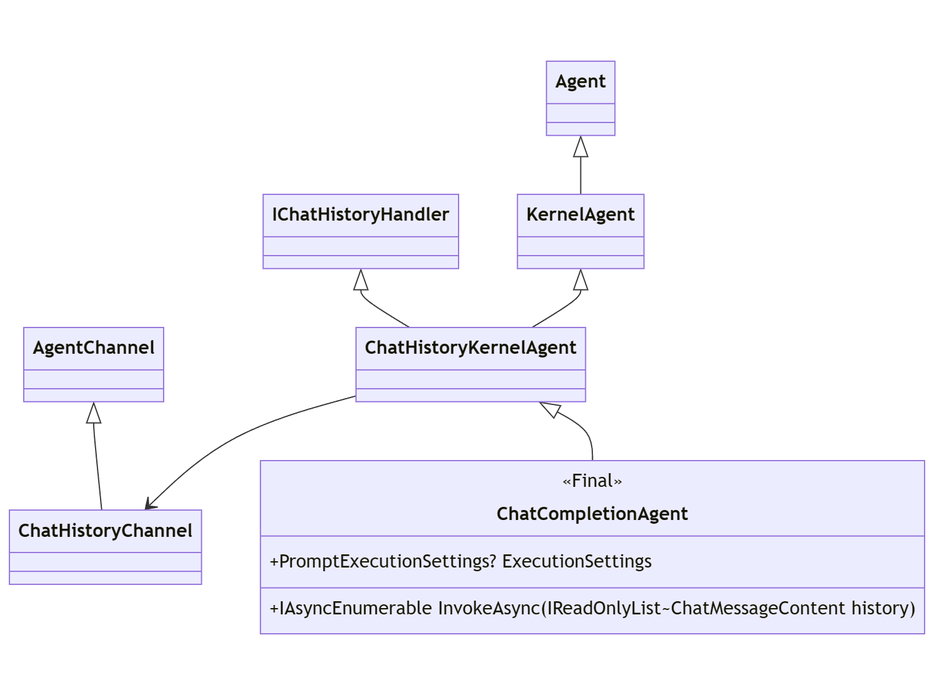
Before: docs/decisions/diagrams/agent-chatcompletion.png, a diagram exported from Mermaid (microsoft/semantic-kernel). Its source is kept beside it as docs/decisions/diagrams/agent-chatcompletion.mmd.
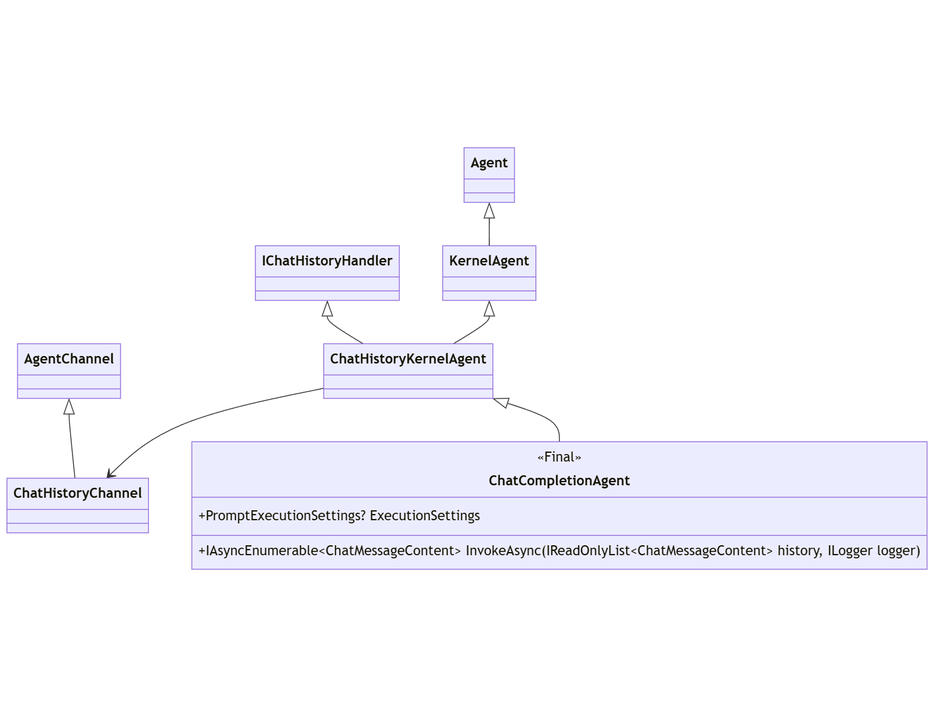
Later version of the same file.

The edit, as a diff of the source:
```diff
@@ -12,5 +12,5 @@
     class ChatCompletionAgent {
         <<Final>>
         +PromptExecutionSettings? ExecutionSettings
-        +IAsyncEnumerable<ChatMessageContent> InvokeAsync(IReadOnlyList~ChatMessageContent history)
+        +IAsyncEnumerable~ChatMessageContent~ InvokeAsync(IReadOnlyList~ChatMessageContent~ history, ILogger logger)
     }
```
